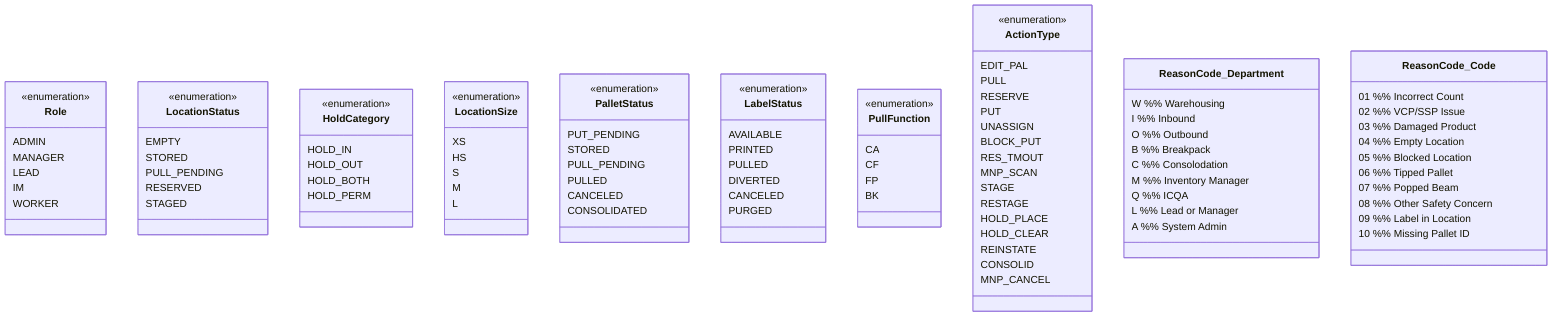
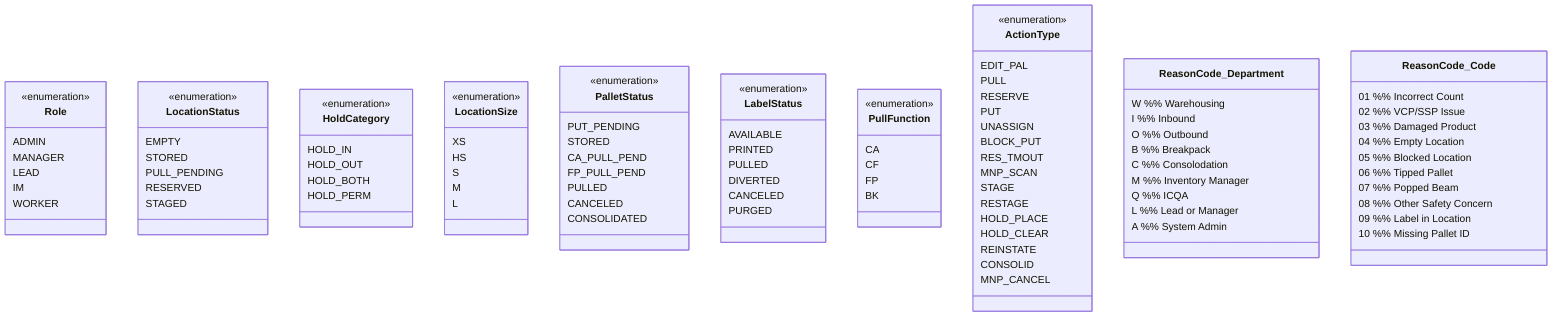
classDiagram

    %% ============================================================
    %% All enums for the warehouse management system
    %% NOTE: ActionType is intentionally empty — define and expand
    %% as features are built throughout the app.
    %% PalletStatus is open — expand as needed.
    %% ============================================================

    class Role {
        <<enumeration>>
        ADMIN
        MANAGER
        LEAD
        IM
        WORKER
    }

    class LocationStatus {
        <<enumeration>>
        EMPTY
        STORED
        PULL_PENDING
+         %% PULL_PENDING here is currently unused/reserved — v1.6.9's Pull Pending rule
+         %% (Label creation against a pallet) is Pallet.status-only by direct product
+         %% decision; see PalletStatus's CA_PULL_PEND/FP_PULL_PEND below.
        RESERVED
        STAGED
        %% HOLD_IN/HOLD_OUT/HOLD_BOTH/HOLD_PERM removed Phase 10 — hold state now lives
        %% in Location.holdCategory, independent of status (see HoldCategory below).
        %% Phase 6's blockPut briefly wrote HOLD_BOTH into status, which clobbered the
        %% location's real operational state; fixed to use holdCategory instead.
    }

    class HoldCategory {
        <<enumeration>>
        HOLD_IN
        HOLD_OUT
        HOLD_BOTH
        HOLD_PERM
        %% Stored in Location.holdCategory (nullable), independent of LocationStatus —
        %% added Phase 10. See DevNotes/Screen-Specs/WLH.md for place/remove role rules.
    }

    class LocationSize {
        <<enumeration>>
        XS
        HS
        S
        M
        L
        %% XS - Extra Small or Hand Puts
        %% HS - Half Small
        %% S - SMall

    }

    class PalletStatus {
        <<enumeration>>
        PUT_PENDING
        STORED
-         PULL_PENDING
+         CA_PULL_PEND
+         FP_PULL_PEND
        PULLED
        CANCELED
        CONSOLIDATED
+         %% v1.6.9: CA_PULL_PEND/FP_PULL_PEND replace the never-implemented generic
+         %% PULL_PENDING here — CA_PULL_PEND covers both CA and CF pull functions
+         %% (carton-granularity), FP_PULL_PEND covers FP. Set when a Label is created
+         %% against a pallet (today: only the seed/reseed generators — see
+         %% demo-reseed.ts/seed-labels.ts), cleared back to STORED once every one of a
+         %% pallet's outstanding labels has been pulled (verifyPull in pulls.ts).
+         %% LocationStatus's own PULL_PENDING below is unrelated/unused by this rule.
        %% Open — expand as app is built
    }

    class LabelStatus {
        <<enumeration>>
        AVAILABLE
        PRINTED
        PULLED
        DIVERTED
        CANCELED
        PURGED
        %% May expand as app is built
    }

    class PullFunction {
        <<enumeration>>
        CA
        CF
        FP
        BK
        %% CA: Carton Air (XS-size or non-XS above level 1, non-emptying)
        %% CF: Carton Floor (level 1, non-XS, non-emptying)
        %% FP: Full Pallet (empties the location, non-XS)
        %% BK: Bulk (level-00 locations — not implemented in demo)
    }

    class ActionType {
        <<enumeration>>
        EDIT_PAL
        PULL
        RESERVE
        PUT
        UNASSIGN
        BLOCK_PUT
        RES_TMOUT
        MNP_SCAN
        STAGE
        RESTAGE
        HOLD_PLACE
        HOLD_CLEAR
        REINSTATE
        CONSOLID
        MNP_CANCEL
        %% Max 10 chars (NVarChar(10))
    }

    %% Reason Codes are a 3 character enum.
    %% The first character is the department.
    %% The last two digits are numbers: the reason code
    class ReasonCode_Department {
        W %% Warehousing
        I %% Inbound
        O %% Outbound
        B %% Breakpack
        C %% Consolodation
        M %% Inventory Manager
        Q %% ICQA
        L %% Lead or Manager
        A %% System Admin
    }
    class ReasonCode_Code {
        01 %% Incorrect Count
        02 %% VCP/SSP Issue
        03 %% Damaged Product
        04 %% Empty Location
        05 %% Blocked Location
        06 %% Tipped Pallet
        07 %% Popped Beam
        08 %% Other Safety Concern
        09 %% Label in Location
        10 %% Missing Pallet ID
        %% Not a Complete List
    }